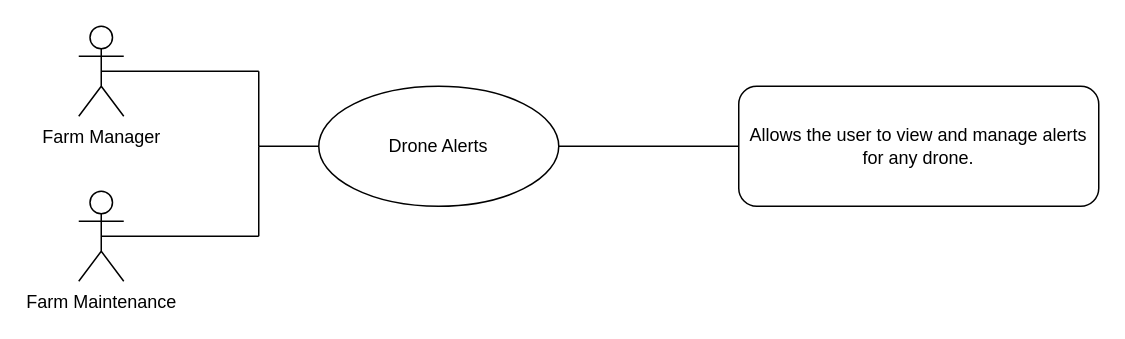
The draw.io diagram docs/requirements_docs/use_case_diagrams/xml_files/08_crop_damage_detection.drawio in Brandyn1234/dashboard-project, before the edit. Source tidied: cells renumbered, new cells numbered last; positions are measured from the earlier drawing's top-left corner, leaving out a move shared by most shapes. Both pictures are drawn from the tidied source at 150%, with x=0, y=0 at pixel (78, 26).
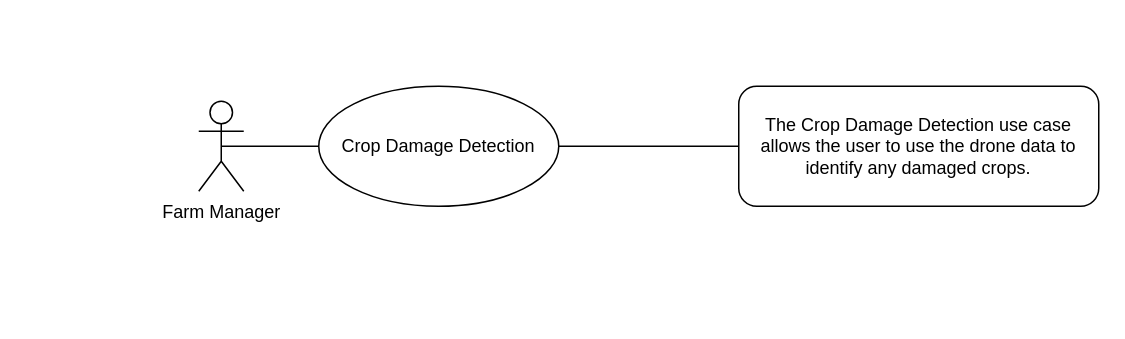
The same diagram, later.

What changed in the source:
```diff
@@
 <mxGraphModel>
   <root>
     <mxCell id="0" />
     <mxCell id="1" parent="0" />
-    <mxCell id="2" value="Allows the user to view and manage alerts for any drone." style="rounded=1;whiteSpace=wrap;html=1;roundedPerimeter=1;align=center;" parent="1" vertex="1">
+    <mxCell id="2" value="The Crop Damage Detection use case allows the user to use the drone data to identify any damaged crops." style="rounded=1;whiteSpace=wrap;html=1;roundedPerimeter=1;align=center;" parent="1" vertex="1">
       <mxGeometry x="440" y="40" width="240" height="80" as="geometry" />
     </mxCell>
-    <mxCell id="3" value="Drone Alerts" style="ellipse;whiteSpace=wrap;html=1;shapeInside=1;align=center;" parent="1" vertex="1">
+    <mxCell id="3" value="Crop Damage Detection" style="ellipse;whiteSpace=wrap;html=1;shapeInside=1;align=center;" parent="1" vertex="1">
       <mxGeometry x="160" y="40" width="160" height="80" as="geometry" />
     </mxCell>
     <mxCell id="4" value="Farm Manager" style="shape=umlActor;verticalLabelPosition=bottom;verticalAlign=top;html=1;outlineConnect=0;" parent="1" vertex="1">
-      <mxGeometry width="30" height="60" as="geometry" />
+      <mxGeometry x="80" y="50" width="30" height="60" as="geometry" />
     </mxCell>
-    <mxCell id="5" style="endArrow=none;html=1;rounded=0;" parent="1" edge="1">
-      <mxGeometry relative="1" as="geometry">
-        <mxPoint x="120" y="30" as="sourcePoint" />
-        <mxPoint x="120" y="80" as="targetPoint" />
-      </mxGeometry>
+    <mxCell id="5" style="endArrow=none;html=1;rounded=0;entryX=0;entryY=0.5;entryDx=0;entryDy=0;exitX=0.5;exitY=0.5;exitDx=0;exitDy=0;exitPerimeter=0;" parent="1" edge="1" source="4" target="3">
+      <mxGeometry relative="1" as="geometry" />
     </mxCell>
     <mxCell id="6" style="endArrow=none;html=1;rounded=0;exitX=1;exitY=0.5;exitDx=0;exitDy=0;entryX=0;entryY=0.5;entryDx=0;entryDy=0;" parent="1" edge="1" source="3" target="2">
       <mxGeometry relative="1" as="geometry" />
     </mxCell>
-    <mxCell id="7" value="Farm Maintenance" style="shape=umlActor;verticalLabelPosition=bottom;verticalAlign=top;html=1;outlineConnect=0;" parent="1" vertex="1">
-      <mxGeometry y="110" width="30" height="60" as="geometry" />
-    </mxCell>
-    <mxCell id="8" style="endArrow=none;html=1;rounded=0;" parent="1" edge="1">
-      <mxGeometry relative="1" as="geometry">
-        <mxPoint x="120" y="80" as="sourcePoint" />
-        <mxPoint x="120" y="140" as="targetPoint" />
-      </mxGeometry>
-    </mxCell>
-    <mxCell id="9" style="endArrow=none;html=1;rounded=0;exitX=0.5;exitY=0.5;exitDx=0;exitDy=0;exitPerimeter=0;" parent="1" edge="1" source="7">
-      <mxGeometry relative="1" as="geometry">
-        <mxPoint x="120" y="140" as="targetPoint" />
-      </mxGeometry>
-    </mxCell>
-    <mxCell id="10" style="endArrow=none;html=1;rounded=0;exitX=0.5;exitY=0.5;exitDx=0;exitDy=0;exitPerimeter=0;" parent="1" edge="1" source="4">
-      <mxGeometry relative="1" as="geometry">
-        <mxPoint x="120" y="30" as="targetPoint" />
-      </mxGeometry>
-    </mxCell>
-    <mxCell id="11" style="endArrow=none;html=1;rounded=0;exitX=0;exitY=0.5;exitDx=0;exitDy=0;" parent="1" edge="1" source="3">
-      <mxGeometry relative="1" as="geometry">
-        <mxPoint x="120" y="80" as="targetPoint" />
-      </mxGeometry>
-    </mxCell>
   </root>
 </mxGraphModel>
```
